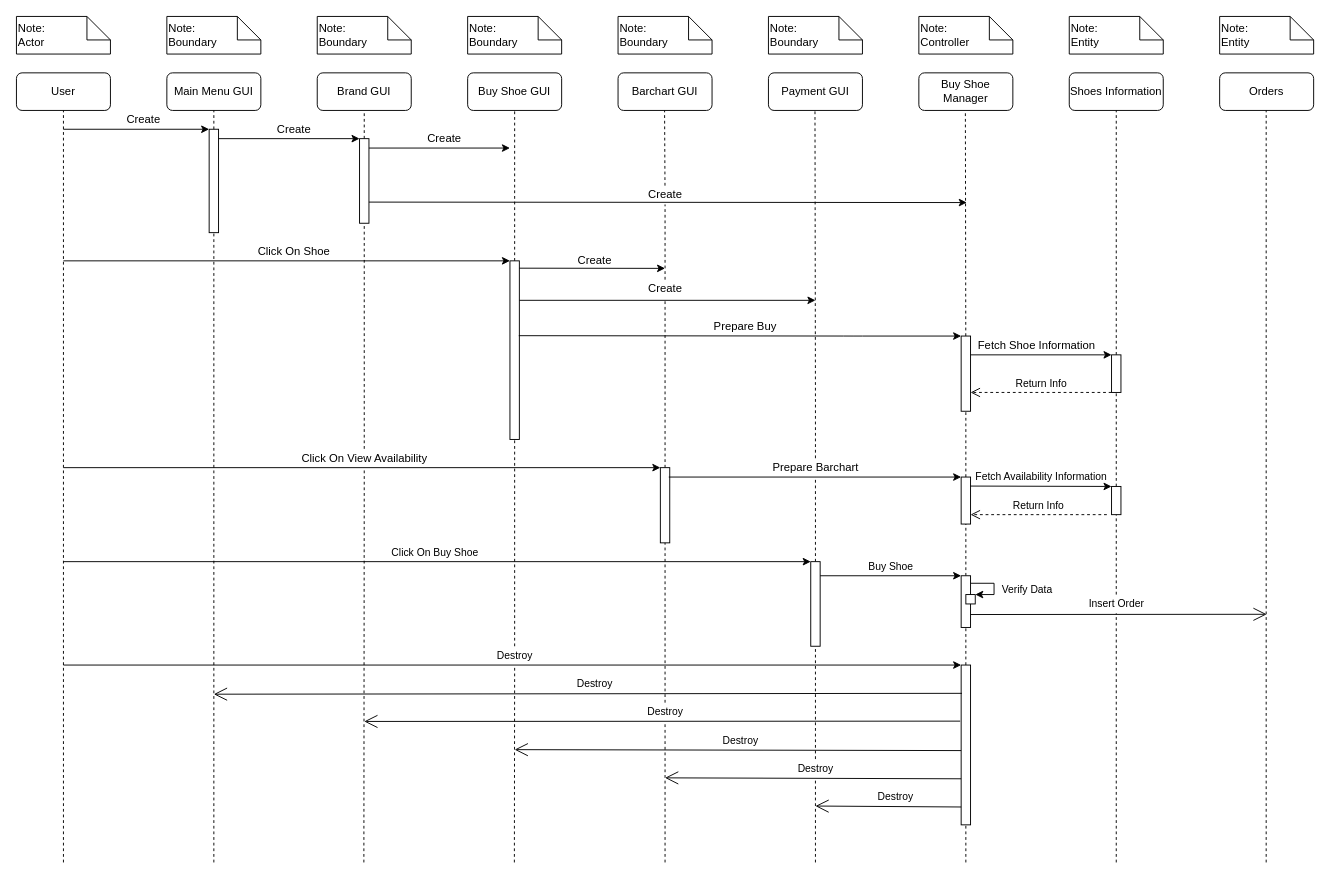
Before: SequenceDiagram-DanieleAusili.drawio in CarmineAprile/ShoePPING, a draw.io diagram. Source tidied: cells renumbered, new cells numbered last; positions are measured from the earlier drawing's top-left corner, leaving out a move shared by most shapes. Both pictures are drawn from the tidied source at 94%, with x=0, y=0 at pixel (16, 16).
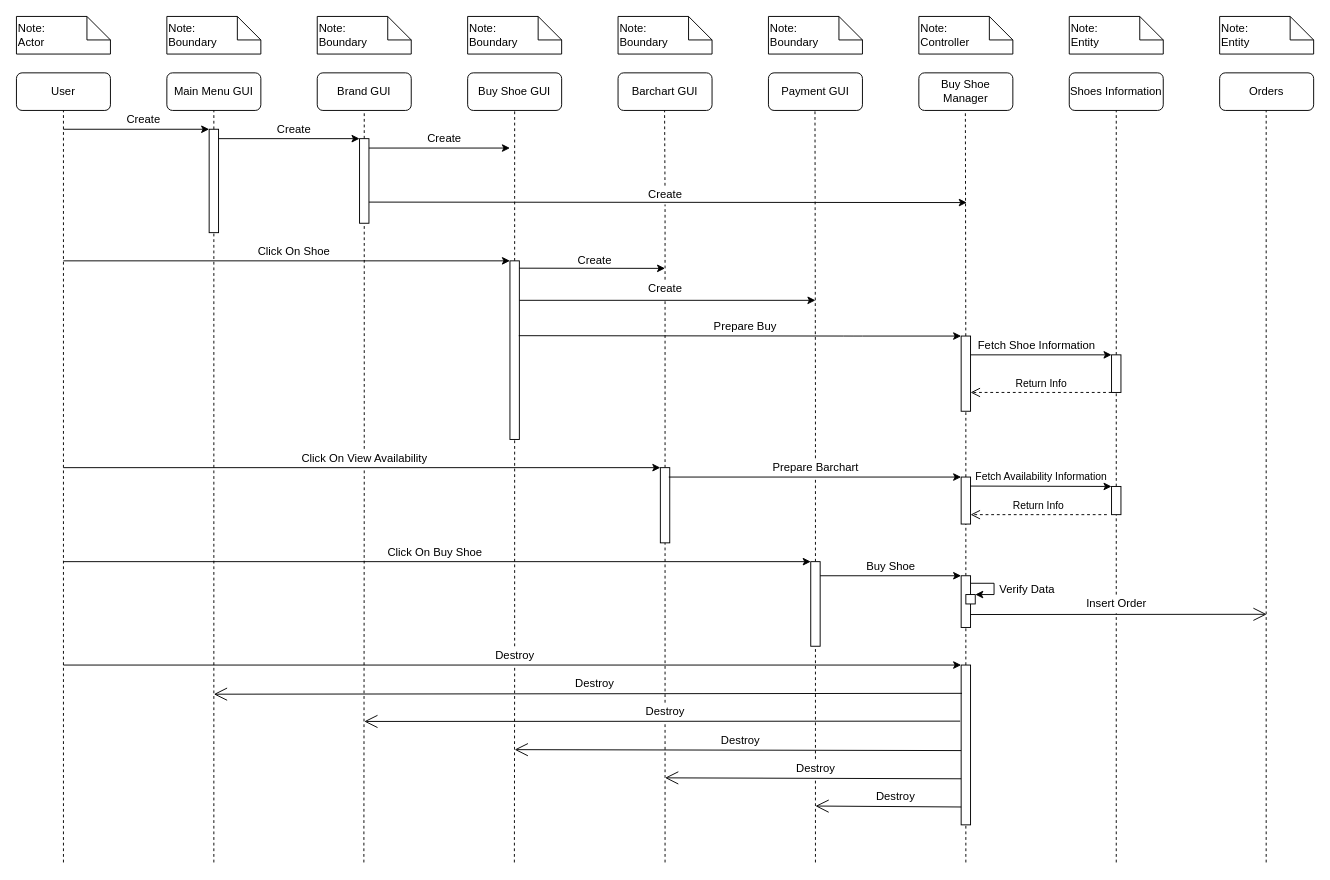
The same page after the edit.

Diff of the diagram source:
```diff
@@
-    <mxCell id="78" value="Click On Buy Shoe" style="text;html=1;align=center;verticalAlign=middle;fontSize=11;" parent="1" vertex="1">
-      <mxGeometry x="390" y="560" width="110" height="20" as="geometry" />
+    <mxCell id="78" value="Click On Buy Shoe" style="text;html=1;align=center;verticalAlign=middle;fontSize=12;" parent="1" vertex="1">
+      <mxGeometry x="385" y="560" width="120" height="20" as="geometry" />
     </mxCell>
@@
-    <mxCell id="82" value="Buy Shoe" style="text;html=1;align=center;verticalAlign=middle;fontSize=11;" parent="1" vertex="1">
-      <mxGeometry x="900" y="575" width="60" height="20" as="geometry" />
+    <mxCell id="82" value="Buy Shoe" style="text;html=1;align=center;verticalAlign=middle;fontSize=12;" parent="1" vertex="1">
+      <mxGeometry x="895" y="575" width="70" height="20" as="geometry" />
     </mxCell>
@@
-    <mxCell id="84" value="Insert Order" style="text;html=1;align=center;verticalAlign=middle;points=[];fontSize=11;" parent="1" vertex="1">
-      <mxGeometry x="1135" y="615" width="70" height="20" as="geometry" />
+    <mxCell id="84" value="Insert Order" style="text;html=1;align=center;verticalAlign=middle;points=[];fontSize=12;" parent="1" vertex="1">
+      <mxGeometry x="1130" y="615" width="80" height="20" as="geometry" />
     </mxCell>
@@
-    <mxCell id="93" value="Verify Data" style="text;html=1;align=center;verticalAlign=middle;fontSize=11;" parent="1" vertex="1">
+    <mxCell id="93" value="Verify Data" style="text;html=1;align=center;verticalAlign=middle;fontSize=12;" parent="1" vertex="1">
       <mxGeometry x="1040" y="600" width="70" height="20" as="geometry" />
     </mxCell>
@@
-    <mxCell id="95" value="Destroy" style="text;html=1;align=center;verticalAlign=middle;points=[];fontSize=11;" parent="1" vertex="1">
-      <mxGeometry x="505" y="670" width="50" height="20" as="geometry" />
+    <mxCell id="95" value="Destroy" style="text;html=1;align=center;verticalAlign=middle;points=[];fontSize=12;" parent="1" vertex="1">
+      <mxGeometry x="500" y="670" width="60" height="20" as="geometry" />
     </mxCell>
@@
-    <mxCell id="97" value="Destroy" style="text;html=1;align=center;verticalAlign=middle;fontSize=11;" parent="1" vertex="1">
-      <mxGeometry x="590" y="700" width="50" height="20" as="geometry" />
+    <mxCell id="97" value="Destroy" style="text;html=1;align=center;verticalAlign=middle;fontSize=12;" parent="1" vertex="1">
+      <mxGeometry x="585" y="700" width="60" height="20" as="geometry" />
     </mxCell>
@@
-    <mxCell id="100" value="Destroy" style="text;html=1;align=center;verticalAlign=middle;points=[];fontSize=11;" parent="1" vertex="1">
-      <mxGeometry x="665" y="730" width="50" height="20" as="geometry" />
+    <mxCell id="100" value="Destroy" style="text;html=1;align=center;verticalAlign=middle;points=[];fontSize=12;" parent="1" vertex="1">
+      <mxGeometry x="660" y="730" width="60" height="20" as="geometry" />
     </mxCell>
@@
-    <mxCell id="102" value="Destroy" style="text;html=1;align=center;verticalAlign=middle;fontSize=11;" parent="1" vertex="1">
-      <mxGeometry x="745" y="760" width="50" height="20" as="geometry" />
+    <mxCell id="102" value="Destroy" style="text;html=1;align=center;verticalAlign=middle;fontSize=12;" parent="1" vertex="1">
+      <mxGeometry x="740" y="760" width="60" height="20" as="geometry" />
     </mxCell>
@@
-    <mxCell id="104" value="Destroy" style="text;html=1;align=center;verticalAlign=middle;points=[];fontSize=11;" parent="1" vertex="1">
-      <mxGeometry x="825" y="790" width="50" height="20" as="geometry" />
+    <mxCell id="104" value="Destroy" style="text;html=1;align=center;verticalAlign=middle;points=[];fontSize=12;" parent="1" vertex="1">
+      <mxGeometry x="820" y="790" width="60" height="20" as="geometry" />
     </mxCell>
@@
-    <mxCell id="107" value="Destroy" style="text;html=1;align=center;verticalAlign=middle;fontSize=11;" parent="1" vertex="1">
-      <mxGeometry x="910" y="820" width="50" height="20" as="geometry" />
+    <mxCell id="107" value="Destroy" style="text;html=1;align=center;verticalAlign=middle;fontSize=12;" parent="1" vertex="1">
+      <mxGeometry x="905" y="820" width="60" height="20" as="geometry" />
     </mxCell>
```
